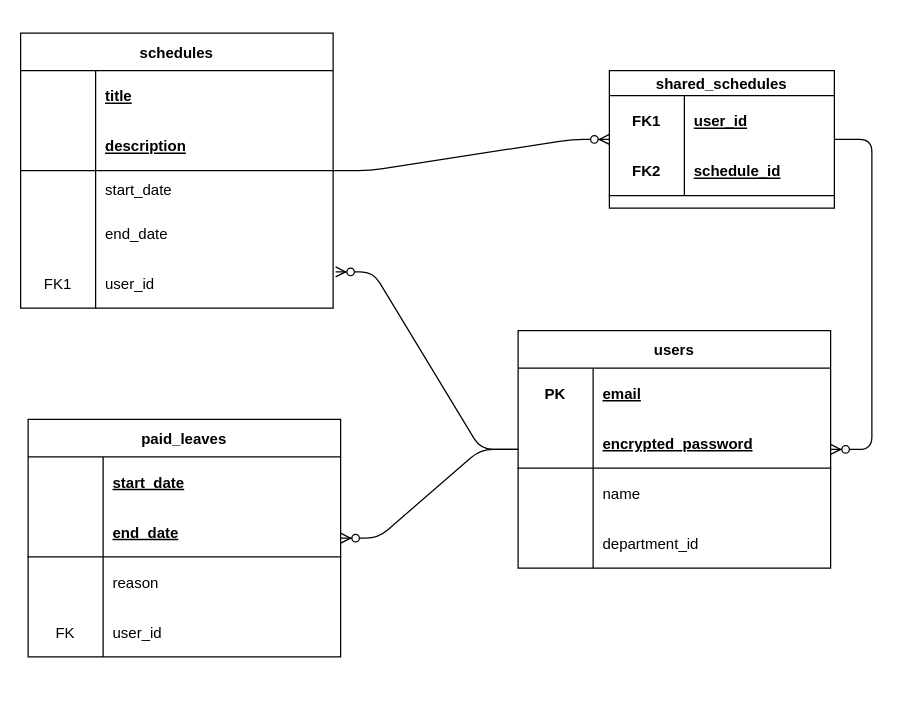
Before: ER.dio in rangubell/oriapu, a draw.io diagram. Source tidied: cells renumbered, new cells numbered last; positions are measured from the earlier drawing's top-left corner, leaving out a move shared by most shapes. Both pictures are drawn from the tidied source at 125%, with x=0, y=0 at pixel (20, 32).
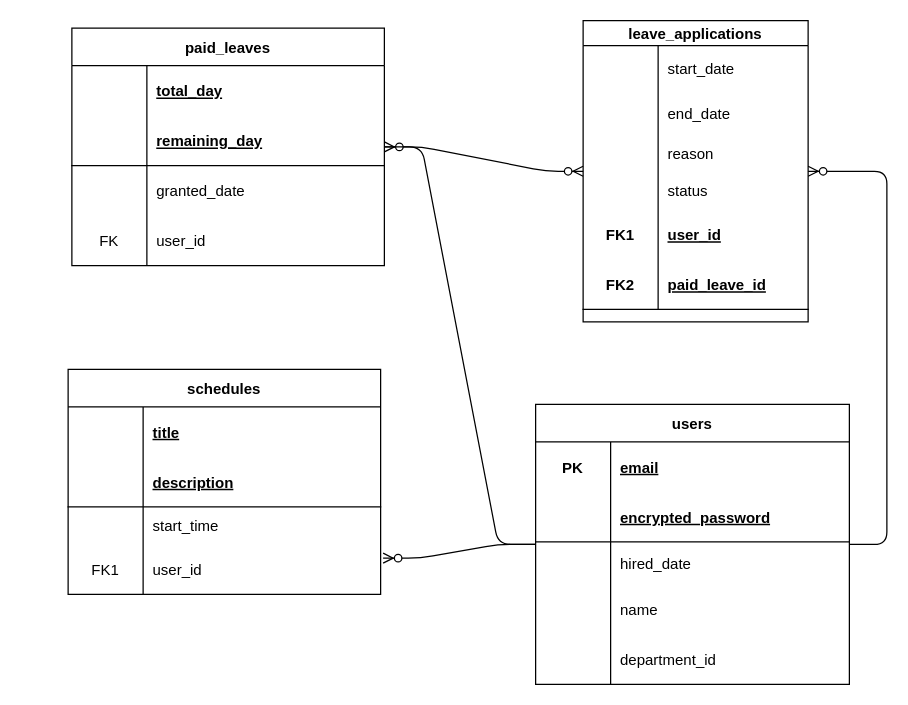
The same page after the edit.

Unchanged cells that the change refers to:
```xml
<mxCell id="22" style="shape=tableRow;horizontal=0;startSize=0;swimlaneHead=0;swimlaneBody=0;fillColor=none;top=0;left=0;right=0;bottom=0;" parent="15" vertex="1">
  <mxGeometry y="110" width="250" height="30" as="geometry" />
</mxCell>
<mxCell id="39" style="shape=tableRow;horizontal=0;startSize=0;swimlaneHead=0;swimlaneBody=0;fillColor=none;top=0;left=0;right=0;bottom=0;" parent="38" vertex="1">
  <mxGeometry y="30" width="250" height="40" as="geometry" />
</mxCell>
<mxCell id="42" style="shape=tableRow;horizontal=0;startSize=0;swimlaneHead=0;swimlaneBody=0;fillColor=none;top=0;left=0;right=0;bottom=1;" parent="38" vertex="1">
  <mxGeometry y="70" width="250" height="40" as="geometry" />
</mxCell>
<mxCell id="45" style="shape=tableRow;horizontal=0;startSize=0;swimlaneHead=0;swimlaneBody=0;fillColor=none;top=0;left=0;right=0;bottom=0;" parent="38" vertex="1">
  <mxGeometry y="110" width="250" height="40" as="geometry" />
</mxCell>
```

What changed in the source:
```diff
@@
     <mxCell id="2" value="users" style="shape=table;startSize=30;childLayout=tableLayout;rowLines=0;fontStyle=1;align=center;" parent="1" vertex="1">
-      <mxGeometry x="398" y="238" width="250" height="190" as="geometry" />
+      <mxGeometry x="412" y="297" width="251" height="224" as="geometry" />
     </mxCell>
     <mxCell id="3" style="shape=tableRow;horizontal=0;startSize=0;swimlaneHead=0;swimlaneBody=0;fillColor=none;top=0;left=0;right=0;bottom=0;" parent="2" vertex="1">
-      <mxGeometry y="30" width="250" height="40" as="geometry" />
+      <mxGeometry y="30" width="251" height="40" as="geometry" />
     </mxCell>
@@
     <mxCell id="5" value="email" style="shape=partialRectangle;fillColor=none;top=0;left=0;bottom=0;right=0;align=left;spacingLeft=6;fontStyle=5;overflow=hidden;" parent="3" vertex="1">
-      <mxGeometry x="60" width="190" height="40" as="geometry" />
+      <mxGeometry x="60" width="191" height="40" as="geometry" />
     </mxCell>
     <mxCell id="6" style="shape=tableRow;horizontal=0;startSize=0;swimlaneHead=0;swimlaneBody=0;fillColor=none;top=0;left=0;right=0;bottom=1;" parent="2" vertex="1">
-      <mxGeometry y="70" width="250" height="40" as="geometry" />
+      <mxGeometry y="70" width="251" height="40" as="geometry" />
     </mxCell>
@@
     <mxCell id="8" value="encrypted_password" style="shape=partialRectangle;fillColor=none;top=0;left=0;bottom=0;right=0;align=left;spacingLeft=6;fontStyle=5;overflow=hidden;" parent="6" vertex="1">
-      <mxGeometry x="60" width="190" height="40" as="geometry" />
+      <mxGeometry x="60" width="191" height="40" as="geometry" />
     </mxCell>
+    <mxCell id="55" style="shape=tableRow;horizontal=0;startSize=0;swimlaneHead=0;swimlaneBody=0;fillColor=none;top=0;left=0;right=0;bottom=0;" parent="2" vertex="1">
+      <mxGeometry y="110" width="251" height="34" as="geometry" />
+    </mxCell>
+    <mxCell id="56" style="shape=partialRectangle;fillColor=none;top=0;left=0;bottom=0;right=0;overflow=hidden;" parent="55" vertex="1">
+      <mxGeometry width="60" height="34" as="geometry" />
+    </mxCell>
+    <mxCell id="57" value="hired_date" style="shape=partialRectangle;fillColor=none;top=0;left=0;bottom=0;right=0;align=left;spacingLeft=6;overflow=hidden;" parent="55" vertex="1">
+      <mxGeometry x="60" width="191" height="34" as="geometry" />
+    </mxCell>
     <mxCell id="9" style="shape=tableRow;horizontal=0;startSize=0;swimlaneHead=0;swimlaneBody=0;fillColor=none;top=0;left=0;right=0;bottom=0;" parent="2" vertex="1">
-      <mxGeometry y="110" width="250" height="40" as="geometry" />
+      <mxGeometry y="144" width="251" height="40" as="geometry" />
     </mxCell>
@@
     <mxCell id="11" value="name" style="shape=partialRectangle;fillColor=none;top=0;left=0;bottom=0;right=0;align=left;spacingLeft=6;overflow=hidden;" parent="9" vertex="1">
-      <mxGeometry x="60" width="190" height="40" as="geometry" />
+      <mxGeometry x="60" width="191" height="40" as="geometry" />
     </mxCell>
     <mxCell id="12" style="shape=tableRow;horizontal=0;startSize=0;swimlaneHead=0;swimlaneBody=0;fillColor=none;top=0;left=0;right=0;bottom=0;" parent="2" vertex="1">
-      <mxGeometry y="150" width="250" height="40" as="geometry" />
+      <mxGeometry y="184" width="251" height="40" as="geometry" />
     </mxCell>
@@
     <mxCell id="14" value="department_id" style="shape=partialRectangle;fillColor=none;top=0;left=0;bottom=0;right=0;align=left;spacingLeft=6;overflow=hidden;" parent="12" vertex="1">
-      <mxGeometry x="60" width="190" height="40" as="geometry" />
+      <mxGeometry x="60" width="191" height="40" as="geometry" />
     </mxCell>
     <mxCell id="15" value="schedules" style="shape=table;startSize=30;childLayout=tableLayout;rowLines=0;fontStyle=1;align=center;" parent="1" vertex="1">
-      <mxGeometry width="250" height="220" as="geometry" />
+      <mxGeometry x="38" y="269" width="250" height="180" as="geometry" />
     </mxCell>
@@
-    <mxCell id="24" value="start_date" style="shape=partialRectangle;fillColor=none;top=0;left=0;bottom=0;right=0;align=left;spacingLeft=6;overflow=hidden;" parent="22" vertex="1">
+    <mxCell id="24" value="start_time" style="shape=partialRectangle;fillColor=none;top=0;left=0;bottom=0;right=0;align=left;spacingLeft=6;overflow=hidden;" parent="22" vertex="1">
       <mxGeometry x="60" width="190" height="30" as="geometry" />
     </mxCell>
-    <mxCell id="25" style="shape=tableRow;horizontal=0;startSize=0;swimlaneHead=0;swimlaneBody=0;fillColor=none;top=0;left=0;right=0;bottom=0;" parent="15" vertex="1">
-      <mxGeometry y="140" width="250" height="40" as="geometry" />
-    </mxCell>
-    <mxCell id="26" style="shape=partialRectangle;fillColor=none;top=0;left=0;bottom=0;right=0;overflow=hidden;" parent="25" vertex="1">
-      <mxGeometry width="60" height="40" as="geometry" />
-    </mxCell>
-    <mxCell id="27" value="end_date" style="shape=partialRectangle;fillColor=none;top=0;left=0;bottom=0;right=0;align=left;spacingLeft=6;overflow=hidden;" parent="25" vertex="1">
-      <mxGeometry x="60" width="190" height="40" as="geometry" />
-    </mxCell>
     <mxCell id="28" style="shape=tableRow;horizontal=0;startSize=0;swimlaneHead=0;swimlaneBody=0;fillColor=none;points=[[0,0.5],[1,0.5]];portConstraint=eastwest;top=0;left=0;right=0;bottom=0;" parent="15" vertex="1">
-      <mxGeometry y="180" width="250" height="40" as="geometry" />
+      <mxGeometry y="140" width="250" height="40" as="geometry" />
     </mxCell>
@@
-    <mxCell id="31" value="shared_schedules" style="shape=table;startSize=20;childLayout=tableLayout;rowLines=0;fontStyle=1;align=center;" parent="1" vertex="1">
-      <mxGeometry x="471" y="30" width="180" height="110" as="geometry" />
+    <mxCell id="31" value="leave_applications" style="shape=table;startSize=20;childLayout=tableLayout;rowLines=0;fontStyle=1;align=center;" parent="1" vertex="1">
+      <mxGeometry x="450" y="-10" width="180" height="241" as="geometry" />
     </mxCell>
+    <mxCell id="58" style="shape=tableRow;horizontal=0;startSize=0;swimlaneHead=0;swimlaneBody=0;fillColor=none;top=0;left=0;right=0;bottom=0;" parent="31" vertex="1">
+      <mxGeometry y="20" width="180" height="37" as="geometry" />
+    </mxCell>
+    <mxCell id="59" style="shape=partialRectangle;fillColor=none;top=0;left=0;bottom=0;right=0;overflow=hidden;" parent="58" vertex="1">
+      <mxGeometry width="60" height="37" as="geometry" />
+    </mxCell>
+    <mxCell id="60" value="start_date" style="shape=partialRectangle;fillColor=none;top=0;left=0;bottom=0;right=0;align=left;spacingLeft=6;overflow=hidden;" parent="58" vertex="1">
+      <mxGeometry x="60" width="120" height="37" as="geometry" />
+    </mxCell>
+    <mxCell id="61" style="shape=tableRow;horizontal=0;startSize=0;swimlaneHead=0;swimlaneBody=0;fillColor=none;top=0;left=0;right=0;bottom=0;" parent="31" vertex="1">
+      <mxGeometry y="57" width="180" height="34" as="geometry" />
+    </mxCell>
+    <mxCell id="62" style="shape=partialRectangle;fillColor=none;top=0;left=0;bottom=0;right=0;overflow=hidden;" parent="61" vertex="1">
+      <mxGeometry width="60" height="34" as="geometry" />
+    </mxCell>
+    <mxCell id="27" value="end_date" style="shape=partialRectangle;fillColor=none;top=0;left=0;bottom=0;right=0;align=left;spacingLeft=6;overflow=hidden;" parent="61" vertex="1">
+      <mxGeometry x="60" width="120" height="34" as="geometry" />
+    </mxCell>
+    <mxCell id="63" style="shape=tableRow;horizontal=0;startSize=0;swimlaneHead=0;swimlaneBody=0;fillColor=none;top=0;left=0;right=0;bottom=0;" parent="31" vertex="1">
+      <mxGeometry y="91" width="180" height="30" as="geometry" />
+    </mxCell>
+    <mxCell id="64" style="shape=partialRectangle;fillColor=none;top=0;left=0;bottom=0;right=0;overflow=hidden;" parent="63" vertex="1">
+      <mxGeometry width="60" height="30" as="geometry" />
+    </mxCell>
+    <mxCell id="65" value="reason" style="shape=partialRectangle;fillColor=none;top=0;left=0;bottom=0;right=0;align=left;spacingLeft=6;overflow=hidden;" parent="63" vertex="1">
+      <mxGeometry x="60" width="120" height="30" as="geometry" />
+    </mxCell>
+    <mxCell id="66" style="shape=tableRow;horizontal=0;startSize=0;swimlaneHead=0;swimlaneBody=0;fillColor=none;top=0;left=0;right=0;bottom=0;" parent="31" vertex="1">
+      <mxGeometry y="121" width="180" height="30" as="geometry" />
+    </mxCell>
+    <mxCell id="67" style="shape=partialRectangle;fillColor=none;top=0;left=0;bottom=0;right=0;overflow=hidden;" parent="66" vertex="1">
+      <mxGeometry width="60" height="30" as="geometry" />
+    </mxCell>
+    <mxCell id="68" value="status" style="shape=partialRectangle;fillColor=none;top=0;left=0;bottom=0;right=0;align=left;spacingLeft=6;overflow=hidden;" parent="66" vertex="1">
+      <mxGeometry x="60" width="120" height="30" as="geometry" />
+    </mxCell>
     <mxCell id="32" style="shape=tableRow;horizontal=0;startSize=0;swimlaneHead=0;swimlaneBody=0;fillColor=none;top=0;left=0;right=0;bottom=0;" parent="31" vertex="1">
-      <mxGeometry y="20" width="180" height="40" as="geometry" />
+      <mxGeometry y="151" width="180" height="40" as="geometry" />
     </mxCell>
@@
     <mxCell id="35" style="shape=tableRow;horizontal=0;startSize=0;swimlaneHead=0;swimlaneBody=0;fillColor=none;top=0;left=0;right=0;bottom=1;" parent="31" vertex="1">
-      <mxGeometry y="60" width="180" height="40" as="geometry" />
+      <mxGeometry y="191" width="180" height="40" as="geometry" />
     </mxCell>
@@
-    <mxCell id="37" value="schedule_id" style="shape=partialRectangle;fillColor=none;top=0;left=0;bottom=0;right=0;align=left;spacingLeft=6;fontStyle=5;overflow=hidden;" parent="35" vertex="1">
+    <mxCell id="37" value="paid_leave_id" style="shape=partialRectangle;fillColor=none;top=0;left=0;bottom=0;right=0;align=left;spacingLeft=6;fontStyle=5;overflow=hidden;" parent="35" vertex="1">
       <mxGeometry x="60" width="120" height="40" as="geometry" />
     </mxCell>
     <mxCell id="38" value="paid_leaves" style="shape=table;startSize=30;childLayout=tableLayout;rowLines=0;fontStyle=1;align=center;" parent="1" vertex="1">
-      <mxGeometry x="6" y="309" width="250" height="190" as="geometry" />
+      <mxGeometry x="41" y="-4" width="250" height="190" as="geometry" />
     </mxCell>
@@
-    <mxCell id="41" value="start_date" style="shape=partialRectangle;fillColor=none;top=0;left=0;bottom=0;right=0;align=left;spacingLeft=6;fontStyle=5;overflow=hidden;" parent="39" vertex="1">
+    <mxCell id="41" value="total_day" style="shape=partialRectangle;fillColor=none;top=0;left=0;bottom=0;right=0;align=left;spacingLeft=6;fontStyle=5;overflow=hidden;" parent="39" vertex="1">
       <mxGeometry x="60" width="190" height="40" as="geometry" />
     </mxCell>
@@
-    <mxCell id="44" value="end_date" style="shape=partialRectangle;fillColor=none;top=0;left=0;bottom=0;right=0;align=left;spacingLeft=6;fontStyle=5;overflow=hidden;" parent="42" vertex="1">
+    <mxCell id="44" value="remaining_day" style="shape=partialRectangle;fillColor=none;top=0;left=0;bottom=0;right=0;align=left;spacingLeft=6;fontStyle=5;overflow=hidden;" parent="42" vertex="1">
       <mxGeometry x="60" width="190" height="40" as="geometry" />
     </mxCell>
@@
-    <mxCell id="47" value="reason" style="shape=partialRectangle;fillColor=none;top=0;left=0;bottom=0;right=0;align=left;spacingLeft=6;overflow=hidden;" parent="45" vertex="1">
+    <mxCell id="47" value="granted_date" style="shape=partialRectangle;fillColor=none;top=0;left=0;bottom=0;right=0;align=left;spacingLeft=6;overflow=hidden;" parent="45" vertex="1">
       <mxGeometry x="60" width="190" height="40" as="geometry" />
     </mxCell>
@@
-    <mxCell id="53" style="edgeStyle=entityRelationEdgeStyle;fontSize=12;html=1;endArrow=ERzeroToMany;endFill=1;" parent="1" edge="1" source="15" target="31">
-      <mxGeometry relative="1" as="geometry" />
-    </mxCell>
-    <mxCell id="54" style="edgeStyle=entityRelationEdgeStyle;fontSize=12;html=1;endArrow=ERzeroToMany;endFill=1;" parent="1" edge="1" source="31" target="2">
+    <mxCell id="54" style="edgeStyle=entityRelationEdgeStyle;fontSize=12;html=1;endArrow=ERzeroToMany;endFill=1;" parent="1" edge="1" source="2" target="31">
       <mxGeometry relative="1" as="geometry" />
     </mxCell>
+    <mxCell id="69" style="edgeStyle=entityRelationEdgeStyle;fontSize=12;html=1;endArrow=ERzeroToMany;endFill=1;" parent="1" edge="1" source="38" target="31">
+      <mxGeometry relative="1" as="geometry" />
+    </mxCell>
```
